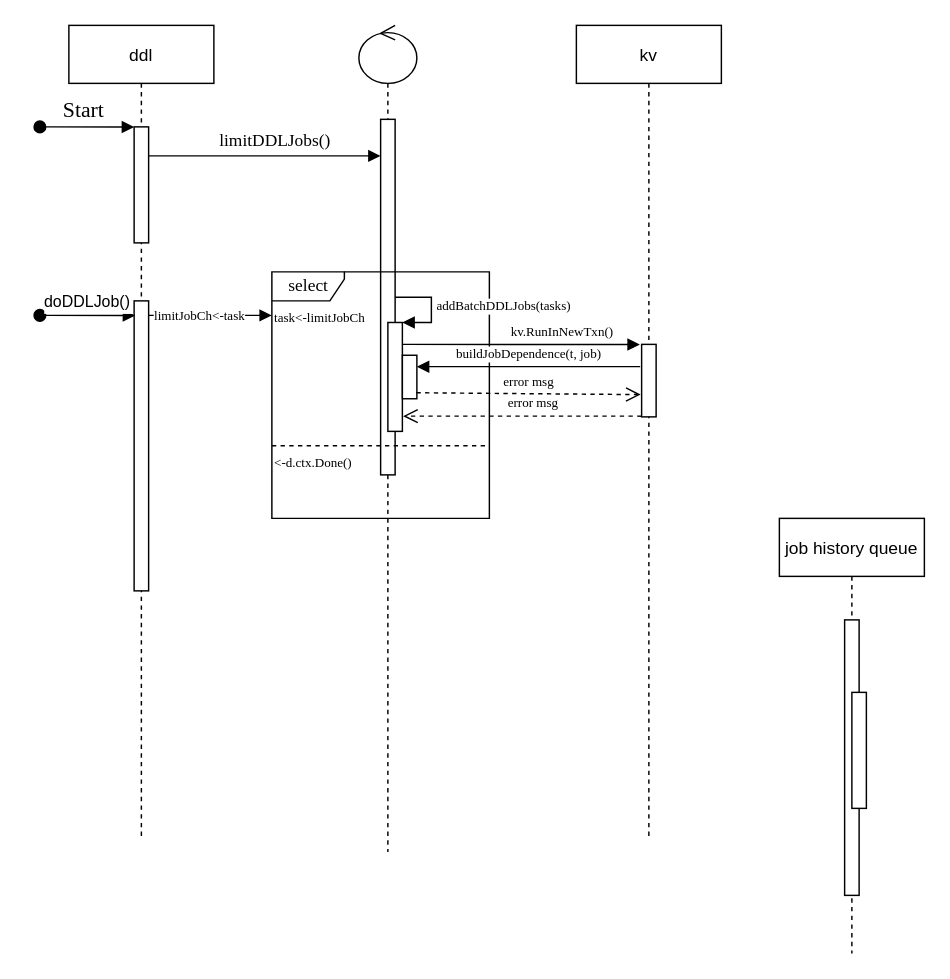
The draw.io diagram others/Untitled Diagram.drawio in HaxiSnake/EXERCISE, before the edit. Source tidied: cells renumbered, new cells numbered last; positions are measured from the earlier drawing's top-left corner, leaving out a move shared by most shapes. Both pictures are drawn from the tidied source at 145%, with x=0, y=0 at pixel (39, 25).
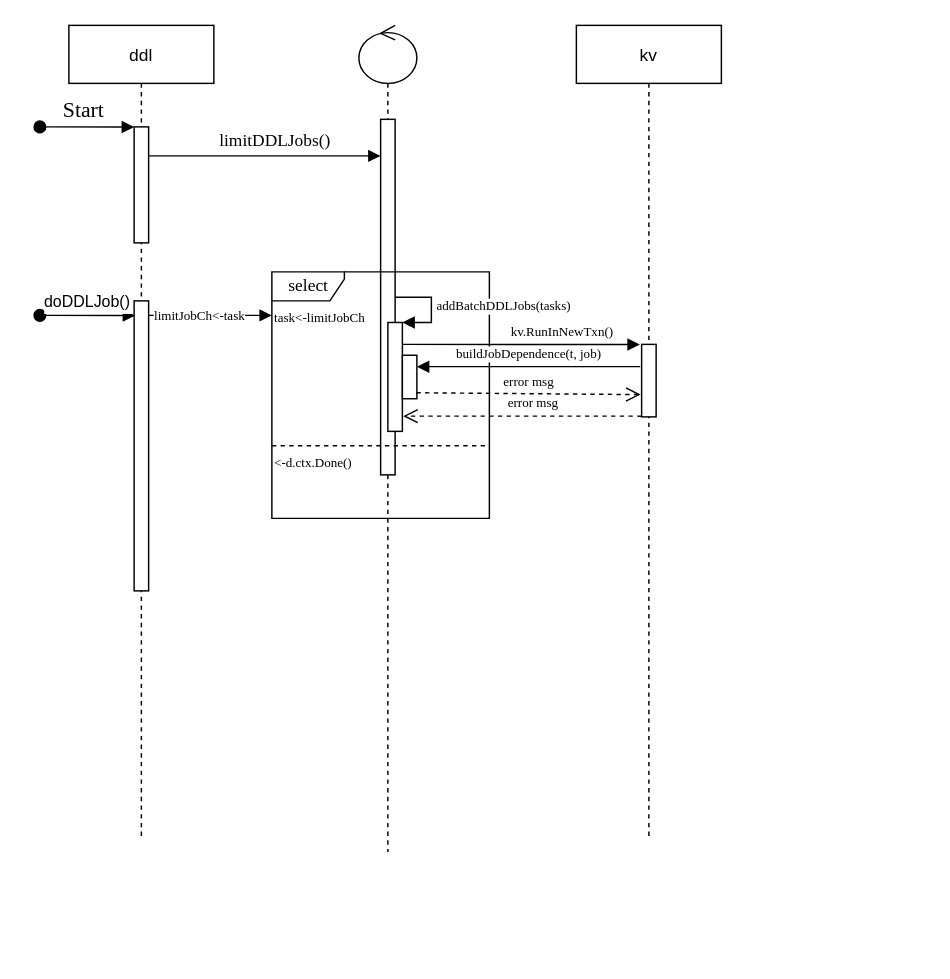
Above is the later version.

The edit, as a diff of the source:
```diff
@@
-    <mxCell id="5" value="job history queue" style="shape=umlLifeline;perimeter=lifelinePerimeter;rounded=0;shadow=0;strokeWidth=1;" parent="1" vertex="1">
-      <mxGeometry x="510" y="340" width="100" height="300" as="geometry" />
-    </mxCell>
-    <mxCell id="6" style="perimeter=orthogonalPerimeter;rounded=0;shadow=0;strokeWidth=1;" parent="5" vertex="1">
-      <mxGeometry x="45" y="70" width="10" height="190" as="geometry" />
-    </mxCell>
-    <mxCell id="7" style="perimeter=orthogonalPerimeter;rounded=0;shadow=0;strokeWidth=1;" parent="5" vertex="1">
-      <mxGeometry x="50" y="120" width="10" height="80" as="geometry" />
-    </mxCell>
```
